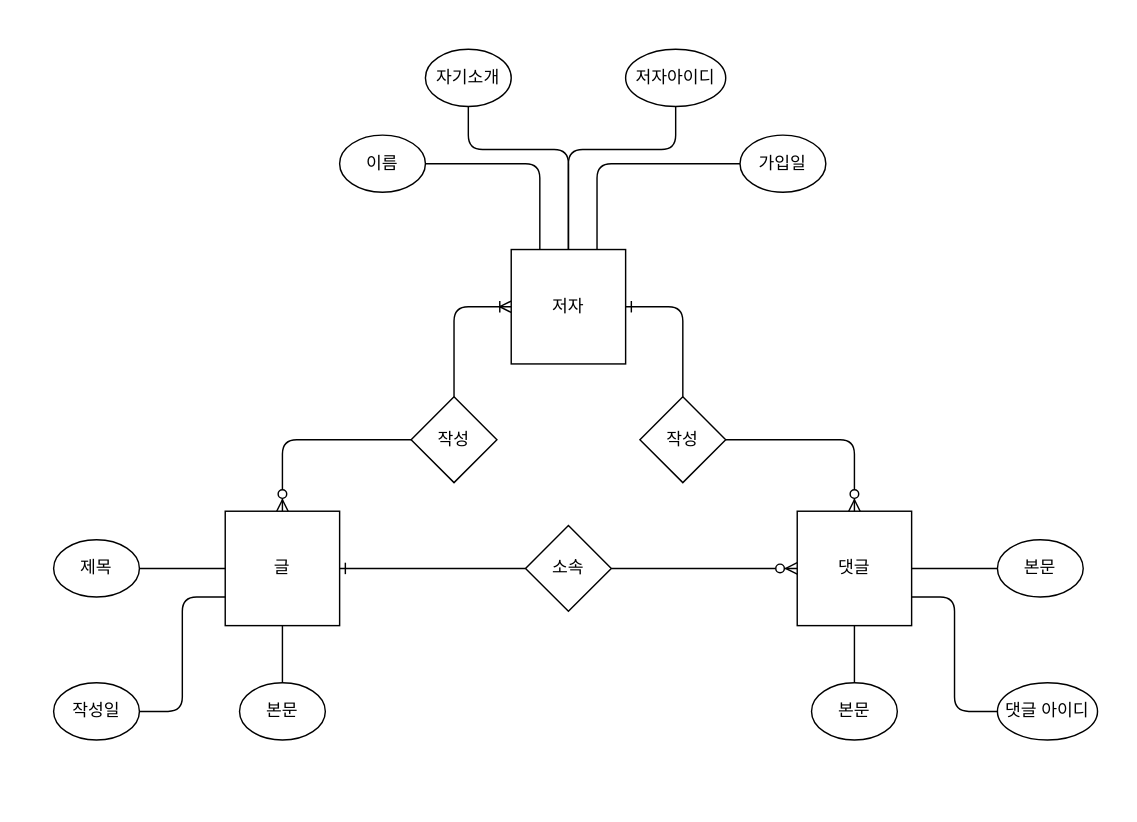
The draw.io diagram ERD/Untitled Diagram.drawio in syjy813/database-study, before the edit. Source tidied: cells renumbered, new cells numbered last; positions are measured from the earlier drawing's top-left corner, leaving out a move shared by most shapes. Both pictures are drawn from the tidied source at 143%, with x=0, y=0 at pixel (53, 49).
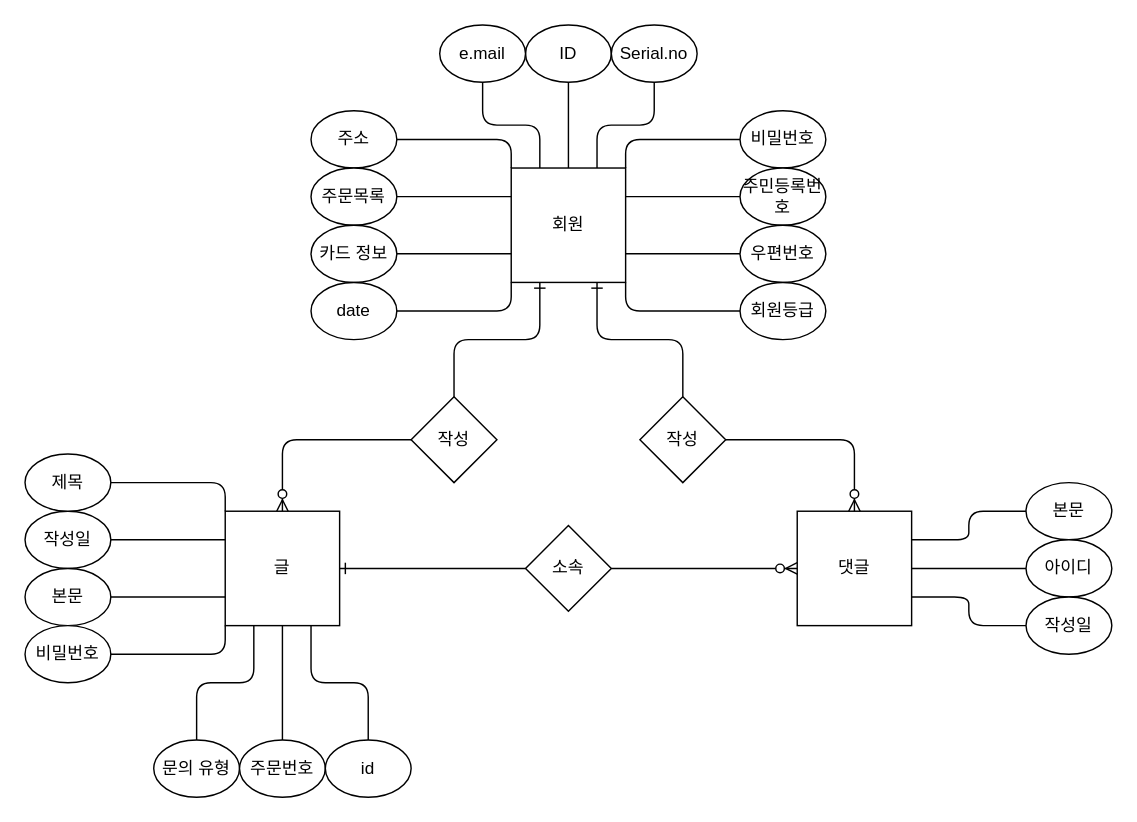
After the change.

Commit message:
고객지원 관련 개념적 모델링

Unchanged cells that the change refers to:
```xml
<mxCell id="4" value="글" style="whiteSpace=wrap;html=1;" parent="1" vertex="1">
  <mxGeometry x="120" y="323" width="80" height="80" as="geometry" />
</mxCell>
<mxCell id="8" value="댓글&lt;br&gt;" style="whiteSpace=wrap;html=1;" parent="1" vertex="1">
  <mxGeometry x="520" y="323" width="80" height="80" as="geometry" />
</mxCell>
<mxCell id="29" value="작성" style="rhombus;whiteSpace=wrap;html=1;" parent="1" vertex="1">
  <mxGeometry x="250" y="243" width="60" height="60" as="geometry" />
</mxCell>
<mxCell id="31" value="작성" style="rhombus;whiteSpace=wrap;html=1;" parent="1" vertex="1">
  <mxGeometry x="410" y="243" width="60" height="60" as="geometry" />
</mxCell>
```

Diff of the diagram source:
```diff
@@
-    <mxCell id="5" style="edgeStyle=orthogonalEdgeStyle;rounded=1;jettySize=auto;html=1;exitX=1;exitY=0.5;exitDx=0;exitDy=0;entryX=0.5;entryY=0;entryDx=0;entryDy=0;endArrow=none;endFill=0;startArrow=ERone;startFill=0;" parent="1" edge="1" source="7" target="31">
+    <mxCell id="5" style="edgeStyle=orthogonalEdgeStyle;rounded=1;jettySize=auto;html=1;exitX=0.75;exitY=1;exitDx=0;exitDy=0;entryX=0.5;entryY=0;entryDx=0;entryDy=0;endArrow=none;endFill=0;startArrow=ERone;startFill=0;" parent="1" edge="1" source="7" target="31">
       <mxGeometry relative="1" as="geometry" />
     </mxCell>
-    <mxCell id="6" style="edgeStyle=orthogonalEdgeStyle;rounded=1;jettySize=auto;html=1;exitX=0;exitY=0.5;exitDx=0;exitDy=0;entryX=0.5;entryY=0;entryDx=0;entryDy=0;endArrow=none;endFill=0;startArrow=ERoneToMany;startFill=0;" parent="1" edge="1" source="7" target="29">
+    <mxCell id="6" style="edgeStyle=orthogonalEdgeStyle;rounded=1;jettySize=auto;html=1;exitX=0.25;exitY=1;exitDx=0;exitDy=0;entryX=0.5;entryY=0;entryDx=0;entryDy=0;endArrow=none;endFill=0;startArrow=ERone;startFill=0;" parent="1" edge="1" source="7" target="29">
       <mxGeometry relative="1" as="geometry" />
     </mxCell>
-    <mxCell id="7" value="저자" style="whiteSpace=wrap;html=1;" parent="1" vertex="1">
-      <mxGeometry x="320" y="140" width="80" height="80" as="geometry" />
+    <mxCell id="7" value="회원" style="whiteSpace=wrap;html=1;" parent="1" vertex="1">
+      <mxGeometry x="320" y="83" width="80" height="80" as="geometry" />
     </mxCell>
@@
-    <mxCell id="9" style="edgeStyle=orthogonalEdgeStyle;rounded=1;jettySize=auto;html=1;exitX=1;exitY=0.5;exitDx=0;exitDy=0;entryX=0;entryY=0.75;entryDx=0;entryDy=0;endArrow=none;endFill=0;" parent="1" edge="1" source="10" target="4">
+    <mxCell id="9" style="edgeStyle=orthogonalEdgeStyle;rounded=1;jettySize=auto;html=1;exitX=1;exitY=0.5;exitDx=0;exitDy=0;entryX=0;entryY=0.25;entryDx=0;entryDy=0;startArrow=none;startFill=0;endArrow=none;endFill=0;" parent="1" edge="1" source="10" target="4">
       <mxGeometry relative="1" as="geometry" />
     </mxCell>
     <mxCell id="10" value="작성일" style="ellipse;whiteSpace=wrap;html=1;" parent="1" vertex="1">
-      <mxGeometry y="443" width="60" height="40" as="geometry" />
+      <mxGeometry x="-20" y="323" width="60" height="40" as="geometry" />
     </mxCell>
-    <mxCell id="11" style="edgeStyle=orthogonalEdgeStyle;curved=1;rounded=0;jettySize=auto;html=1;endArrow=none;endFill=0;" parent="1" edge="1" source="12" target="4">
+    <mxCell id="11" style="edgeStyle=orthogonalEdgeStyle;rounded=1;jettySize=auto;html=1;exitX=1;exitY=0.5;exitDx=0;exitDy=0;entryX=0;entryY=0.75;entryDx=0;entryDy=0;startArrow=none;startFill=0;endArrow=none;endFill=0;" parent="1" edge="1" source="12" target="4">
       <mxGeometry relative="1" as="geometry" />
     </mxCell>
     <mxCell id="12" value="본문" style="ellipse;whiteSpace=wrap;html=1;" parent="1" vertex="1">
-      <mxGeometry x="130" y="443" width="60" height="40" as="geometry" />
+      <mxGeometry x="-20" y="363" width="60" height="40" as="geometry" />
     </mxCell>
-    <mxCell id="13" style="edgeStyle=orthogonalEdgeStyle;rounded=0;jettySize=auto;html=1;curved=1;endArrow=none;endFill=0;" parent="1" edge="1" source="14" target="4">
+    <mxCell id="13" style="edgeStyle=orthogonalEdgeStyle;rounded=1;jettySize=auto;html=1;exitX=1;exitY=0.5;exitDx=0;exitDy=0;entryX=0;entryY=0;entryDx=0;entryDy=0;startArrow=none;startFill=0;endArrow=none;endFill=0;" parent="1" edge="1" source="14" target="4">
       <mxGeometry relative="1" as="geometry" />
     </mxCell>
     <mxCell id="14" value="제목" style="ellipse;whiteSpace=wrap;html=1;" parent="1" vertex="1">
-      <mxGeometry y="343" width="60" height="40" as="geometry" />
+      <mxGeometry x="-20" y="283" width="60" height="40" as="geometry" />
     </mxCell>
-    <mxCell id="15" style="edgeStyle=orthogonalEdgeStyle;curved=1;rounded=0;jettySize=auto;html=1;exitX=0;exitY=0.5;exitDx=0;exitDy=0;entryX=1;entryY=0.5;entryDx=0;entryDy=0;endArrow=none;endFill=0;" parent="1" edge="1" source="16" target="8">
+    <mxCell id="15" style="edgeStyle=orthogonalEdgeStyle;rounded=1;jettySize=auto;html=1;exitX=0;exitY=0.5;exitDx=0;exitDy=0;entryX=1;entryY=0.25;entryDx=0;entryDy=0;startArrow=none;startFill=0;endArrow=none;endFill=0;" parent="1" edge="1" source="16" target="8">
       <mxGeometry relative="1" as="geometry" />
     </mxCell>
     <mxCell id="16" value="본문" style="ellipse;whiteSpace=wrap;html=1;" parent="1" vertex="1">
-      <mxGeometry x="660" y="343" width="60" height="40" as="geometry" />
+      <mxGeometry x="680" y="303" width="60" height="40" as="geometry" />
     </mxCell>
-    <mxCell id="17" style="edgeStyle=orthogonalEdgeStyle;curved=1;rounded=0;jettySize=auto;html=1;exitX=0.5;exitY=0;exitDx=0;exitDy=0;entryX=0.5;entryY=1;entryDx=0;entryDy=0;endArrow=none;endFill=0;" parent="1" edge="1" source="18" target="8">
+    <mxCell id="17" style="edgeStyle=orthogonalEdgeStyle;rounded=1;jettySize=auto;html=1;exitX=0;exitY=0.5;exitDx=0;exitDy=0;entryX=1;entryY=0.5;entryDx=0;entryDy=0;startArrow=none;startFill=0;endArrow=none;endFill=0;" parent="1" edge="1" source="18" target="8">
       <mxGeometry relative="1" as="geometry" />
     </mxCell>
-    <mxCell id="18" value="본문" style="ellipse;whiteSpace=wrap;html=1;" parent="1" vertex="1">
-      <mxGeometry x="530" y="443" width="60" height="40" as="geometry" />
+    <mxCell id="18" value="아이디" style="ellipse;whiteSpace=wrap;html=1;" parent="1" vertex="1">
+      <mxGeometry x="680" y="343" width="60" height="40" as="geometry" />
     </mxCell>
-    <mxCell id="19" style="edgeStyle=orthogonalEdgeStyle;rounded=1;jettySize=auto;html=1;exitX=1;exitY=0.5;exitDx=0;exitDy=0;entryX=0.25;entryY=0;entryDx=0;entryDy=0;endArrow=none;endFill=0;" parent="1" edge="1" source="20" target="7">
-      <mxGeometry relative="1" as="geometry" />
-    </mxCell>
-    <mxCell id="20" value="이름" style="ellipse;whiteSpace=wrap;html=1;" parent="1" vertex="1">
-      <mxGeometry x="200" y="60" width="60" height="40" as="geometry" />
-    </mxCell>
-    <mxCell id="21" style="edgeStyle=orthogonalEdgeStyle;rounded=1;jettySize=auto;html=1;exitX=0;exitY=0.5;exitDx=0;exitDy=0;endArrow=none;endFill=0;entryX=0.75;entryY=0;entryDx=0;entryDy=0;" parent="1" edge="1" source="22" target="7">
-      <mxGeometry relative="1" as="geometry" />
-    </mxCell>
-    <mxCell id="22" value="가입일" style="ellipse;whiteSpace=wrap;html=1;" parent="1" vertex="1">
-      <mxGeometry x="480" y="60" width="60" height="40" as="geometry" />
-    </mxCell>
-    <mxCell id="23" style="edgeStyle=orthogonalEdgeStyle;rounded=1;jettySize=auto;html=1;exitX=0.5;exitY=1;exitDx=0;exitDy=0;entryX=0.5;entryY=0;entryDx=0;entryDy=0;endArrow=none;endFill=0;" parent="1" edge="1" source="24" target="7">
-      <mxGeometry relative="1" as="geometry">
-        <Array as="points">
-          <mxPoint x="290" y="70" />
-          <mxPoint x="360" y="70" />
-        </Array>
-      </mxGeometry>
-    </mxCell>
-    <mxCell id="24" value="자기소개" style="ellipse;whiteSpace=wrap;html=1;" parent="1" vertex="1">
-      <mxGeometry x="260" width="60" height="40" as="geometry" />
-    </mxCell>
-    <mxCell id="25" style="edgeStyle=orthogonalEdgeStyle;rounded=1;jettySize=auto;html=1;exitX=0;exitY=0.5;exitDx=0;exitDy=0;entryX=1;entryY=0.75;entryDx=0;entryDy=0;endArrow=none;endFill=0;" parent="1" edge="1" source="26" target="8">
-      <mxGeometry relative="1" as="geometry" />
-    </mxCell>
-    <mxCell id="26" value="댓글 아이디" style="ellipse;whiteSpace=wrap;html=1;" parent="1" vertex="1">
-      <mxGeometry x="660" y="443" width="70" height="40" as="geometry" />
-    </mxCell>
-    <mxCell id="27" style="edgeStyle=orthogonalEdgeStyle;rounded=1;jettySize=auto;html=1;exitX=0.5;exitY=1;exitDx=0;exitDy=0;entryX=0.5;entryY=0;entryDx=0;entryDy=0;endArrow=none;endFill=0;" parent="1" edge="1" source="28" target="7">
-      <mxGeometry relative="1" as="geometry">
-        <Array as="points">
-          <mxPoint x="435" y="70" />
-          <mxPoint x="360" y="70" />
-        </Array>
-      </mxGeometry>
-    </mxCell>
-    <mxCell id="28" value="저자아이디" style="ellipse;whiteSpace=wrap;html=1;" parent="1" vertex="1">
-      <mxGeometry x="400" width="70" height="40" as="geometry" />
-    </mxCell>
@@
+    <mxCell id="34" style="edgeStyle=orthogonalEdgeStyle;rounded=1;jettySize=auto;html=1;exitX=1;exitY=0.5;exitDx=0;exitDy=0;entryX=0;entryY=1;entryDx=0;entryDy=0;startArrow=none;startFill=0;endArrow=none;endFill=0;" parent="1" edge="1" source="35" target="4">
+      <mxGeometry relative="1" as="geometry" />
+    </mxCell>
+    <mxCell id="35" value="비밀번호" style="ellipse;whiteSpace=wrap;html=1;" parent="1" vertex="1">
+      <mxGeometry x="-20" y="403" width="60" height="40" as="geometry" />
+    </mxCell>
+    <mxCell id="36" style="edgeStyle=orthogonalEdgeStyle;rounded=1;jettySize=auto;html=1;exitX=0.5;exitY=0;exitDx=0;exitDy=0;entryX=0.25;entryY=1;entryDx=0;entryDy=0;startArrow=none;startFill=0;endArrow=none;endFill=0;" parent="1" edge="1" source="37" target="4">
+      <mxGeometry relative="1" as="geometry" />
+    </mxCell>
+    <mxCell id="37" value="문의 유형" style="ellipse;whiteSpace=wrap;html=1;" parent="1" vertex="1">
+      <mxGeometry x="70" y="483" width="60" height="40" as="geometry" />
+    </mxCell>
+    <mxCell id="38" style="edgeStyle=orthogonalEdgeStyle;rounded=1;jettySize=auto;html=1;exitX=0.5;exitY=0;exitDx=0;exitDy=0;entryX=0.5;entryY=1;entryDx=0;entryDy=0;startArrow=none;startFill=0;endArrow=none;endFill=0;" parent="1" edge="1" source="39" target="4">
+      <mxGeometry relative="1" as="geometry" />
+    </mxCell>
+    <mxCell id="39" value="주문번호" style="ellipse;whiteSpace=wrap;html=1;" parent="1" vertex="1">
+      <mxGeometry x="130" y="483" width="60" height="40" as="geometry" />
+    </mxCell>
+    <mxCell id="40" style="edgeStyle=orthogonalEdgeStyle;rounded=1;jettySize=auto;html=1;exitX=0.5;exitY=0;exitDx=0;exitDy=0;entryX=0.75;entryY=1;entryDx=0;entryDy=0;startArrow=none;startFill=0;endArrow=none;endFill=0;" parent="1" edge="1" source="41" target="4">
+      <mxGeometry relative="1" as="geometry" />
+    </mxCell>
+    <mxCell id="41" value="id" style="ellipse;whiteSpace=wrap;html=1;" parent="1" vertex="1">
+      <mxGeometry x="190" y="483" width="60" height="40" as="geometry" />
+    </mxCell>
+    <mxCell id="42" style="edgeStyle=orthogonalEdgeStyle;rounded=1;jettySize=auto;html=1;exitX=0;exitY=0.5;exitDx=0;exitDy=0;entryX=1;entryY=0.75;entryDx=0;entryDy=0;startArrow=none;startFill=0;endArrow=none;endFill=0;" parent="1" edge="1" source="43" target="8">
+      <mxGeometry relative="1" as="geometry" />
+    </mxCell>
+    <mxCell id="43" value="작성일" style="ellipse;whiteSpace=wrap;html=1;" parent="1" vertex="1">
+      <mxGeometry x="680" y="383" width="60" height="40" as="geometry" />
+    </mxCell>
+    <mxCell id="44" style="edgeStyle=orthogonalEdgeStyle;rounded=1;jettySize=auto;html=1;exitX=0.5;exitY=1;exitDx=0;exitDy=0;entryX=0.5;entryY=0;entryDx=0;entryDy=0;startArrow=none;startFill=0;endArrow=none;endFill=0;" parent="1" edge="1" source="45" target="7">
+      <mxGeometry relative="1" as="geometry" />
+    </mxCell>
+    <mxCell id="45" value="ID" style="ellipse;whiteSpace=wrap;html=1;" parent="1" vertex="1">
+      <mxGeometry x="330" y="-17" width="60" height="40" as="geometry" />
+    </mxCell>
+    <mxCell id="46" style="edgeStyle=orthogonalEdgeStyle;rounded=1;jettySize=auto;html=1;exitX=0.5;exitY=1;exitDx=0;exitDy=0;entryX=0.75;entryY=0;entryDx=0;entryDy=0;startArrow=none;startFill=0;endArrow=none;endFill=0;" parent="1" edge="1" source="47" target="7">
+      <mxGeometry relative="1" as="geometry" />
+    </mxCell>
+    <mxCell id="47" value="Serial.no" style="ellipse;whiteSpace=wrap;html=1;" parent="1" vertex="1">
+      <mxGeometry x="390" y="-17" width="60" height="40" as="geometry" />
+    </mxCell>
+    <mxCell id="48" style="edgeStyle=orthogonalEdgeStyle;rounded=1;jettySize=auto;html=1;exitX=0.5;exitY=1;exitDx=0;exitDy=0;entryX=0.25;entryY=0;entryDx=0;entryDy=0;startArrow=none;startFill=0;endArrow=none;endFill=0;" parent="1" edge="1" source="49" target="7">
+      <mxGeometry relative="1" as="geometry" />
+    </mxCell>
+    <mxCell id="49" value="e.mail" style="ellipse;whiteSpace=wrap;html=1;" parent="1" vertex="1">
+      <mxGeometry x="270" y="-17" width="60" height="40" as="geometry" />
+    </mxCell>
+    <mxCell id="50" style="edgeStyle=orthogonalEdgeStyle;rounded=1;jettySize=auto;html=1;exitX=0;exitY=0.5;exitDx=0;exitDy=0;entryX=1;entryY=0;entryDx=0;entryDy=0;startArrow=none;startFill=0;endArrow=none;endFill=0;" parent="1" edge="1" source="51" target="7">
+      <mxGeometry relative="1" as="geometry" />
+    </mxCell>
+    <mxCell id="51" value="비밀번호" style="ellipse;whiteSpace=wrap;html=1;" parent="1" vertex="1">
+      <mxGeometry x="480" y="43" width="60" height="40" as="geometry" />
+    </mxCell>
+    <mxCell id="52" style="edgeStyle=orthogonalEdgeStyle;rounded=1;jettySize=auto;html=1;exitX=0;exitY=0.5;exitDx=0;exitDy=0;entryX=1;entryY=0.25;entryDx=0;entryDy=0;startArrow=none;startFill=0;endArrow=none;endFill=0;" parent="1" edge="1" source="53" target="7">
+      <mxGeometry relative="1" as="geometry" />
+    </mxCell>
+    <mxCell id="53" value="주민등록번호" style="ellipse;whiteSpace=wrap;html=1;" parent="1" vertex="1">
+      <mxGeometry x="480" y="83" width="60" height="40" as="geometry" />
+    </mxCell>
+    <mxCell id="54" style="edgeStyle=orthogonalEdgeStyle;rounded=1;jettySize=auto;html=1;exitX=0;exitY=0.5;exitDx=0;exitDy=0;entryX=1;entryY=0.75;entryDx=0;entryDy=0;startArrow=none;startFill=0;endArrow=none;endFill=0;" parent="1" edge="1" source="55" target="7">
+      <mxGeometry relative="1" as="geometry" />
+    </mxCell>
+    <mxCell id="55" value="우편번호" style="ellipse;whiteSpace=wrap;html=1;" parent="1" vertex="1">
+      <mxGeometry x="480" y="123" width="60" height="40" as="geometry" />
+    </mxCell>
+    <mxCell id="56" style="edgeStyle=orthogonalEdgeStyle;rounded=1;jettySize=auto;html=1;exitX=0;exitY=0.5;exitDx=0;exitDy=0;entryX=1;entryY=1;entryDx=0;entryDy=0;startArrow=none;startFill=0;endArrow=none;endFill=0;" parent="1" edge="1" source="57" target="7">
+      <mxGeometry relative="1" as="geometry" />
+    </mxCell>
+    <mxCell id="57" value="회원등급" style="ellipse;whiteSpace=wrap;html=1;" parent="1" vertex="1">
+      <mxGeometry x="480" y="163" width="60" height="40" as="geometry" />
+    </mxCell>
+    <mxCell id="58" style="edgeStyle=orthogonalEdgeStyle;rounded=1;jettySize=auto;html=1;exitX=1;exitY=0.5;exitDx=0;exitDy=0;entryX=0;entryY=0;entryDx=0;entryDy=0;startArrow=none;startFill=0;endArrow=none;endFill=0;" parent="1" edge="1" source="59" target="7">
+      <mxGeometry relative="1" as="geometry" />
+    </mxCell>
+    <mxCell id="59" value="주소" style="ellipse;whiteSpace=wrap;html=1;" parent="1" vertex="1">
+      <mxGeometry x="180" y="43" width="60" height="40" as="geometry" />
+    </mxCell>
+    <mxCell id="60" style="edgeStyle=orthogonalEdgeStyle;rounded=1;jettySize=auto;html=1;exitX=1;exitY=0.5;exitDx=0;exitDy=0;entryX=0;entryY=0.25;entryDx=0;entryDy=0;startArrow=none;startFill=0;endArrow=none;endFill=0;" parent="1" edge="1" source="61" target="7">
+      <mxGeometry relative="1" as="geometry" />
+    </mxCell>
+    <mxCell id="61" value="주문목록" style="ellipse;whiteSpace=wrap;html=1;" parent="1" vertex="1">
+      <mxGeometry x="180" y="83" width="60" height="40" as="geometry" />
+    </mxCell>
+    <mxCell id="62" style="edgeStyle=orthogonalEdgeStyle;rounded=1;jettySize=auto;html=1;exitX=1;exitY=0.5;exitDx=0;exitDy=0;entryX=0;entryY=0.75;entryDx=0;entryDy=0;startArrow=none;startFill=0;endArrow=none;endFill=0;" parent="1" edge="1" source="63" target="7">
+      <mxGeometry relative="1" as="geometry" />
+    </mxCell>
+    <mxCell id="63" value="카드 정보" style="ellipse;whiteSpace=wrap;html=1;" parent="1" vertex="1">
+      <mxGeometry x="180" y="123" width="60" height="40" as="geometry" />
+    </mxCell>
+    <mxCell id="64" style="edgeStyle=orthogonalEdgeStyle;rounded=1;jettySize=auto;html=1;exitX=1;exitY=0.5;exitDx=0;exitDy=0;entryX=0;entryY=1;entryDx=0;entryDy=0;startArrow=none;startFill=0;endArrow=none;endFill=0;" parent="1" edge="1" source="65" target="7">
+      <mxGeometry relative="1" as="geometry" />
+    </mxCell>
+    <mxCell id="65" value="date" style="ellipse;whiteSpace=wrap;html=1;" parent="1" vertex="1">
+      <mxGeometry x="180" y="163" width="60" height="40" as="geometry" />
+    </mxCell>
```
